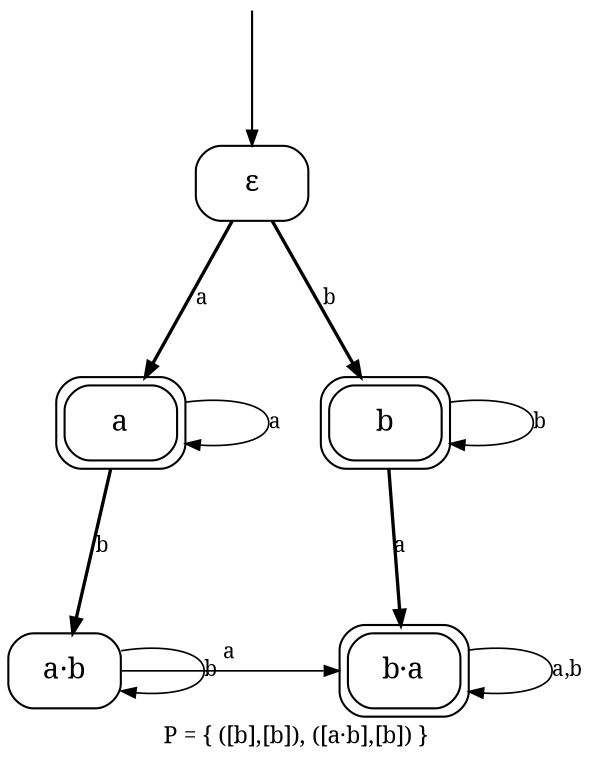
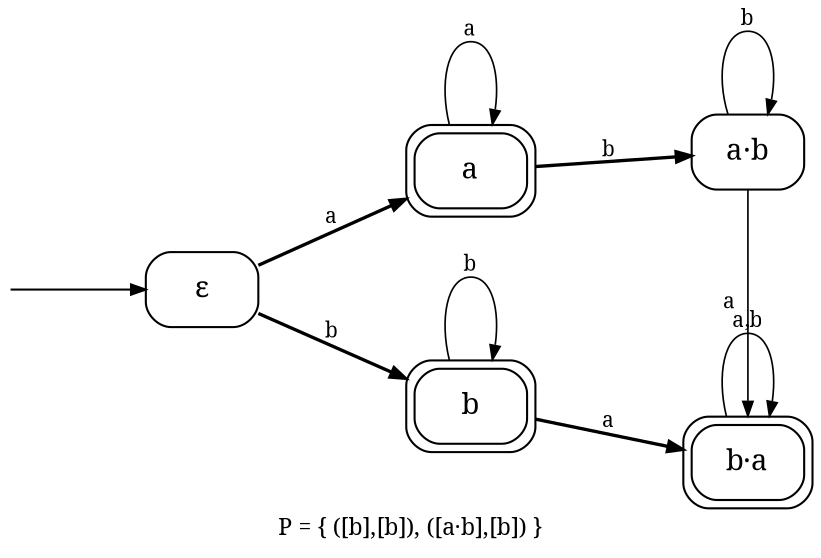
// sos2cayley astar_bomega.sos --rename a=a,!a=b
digraph core_F0_astar_bomega {
-   rankdir=TB;
+   rankdir=LR;
  ranksep=0.87; nodesep=0.55;
  node [shape=box, style=rounded, fontname="serif", margin="0.06,0.03"];
  edge [fontname="serif", fontsize=10, arrowsize=0.7];
  label="P = { ([b],[b]), ([a·b],[b]) }"; labelloc="b"; labeljust="c";
  fontname="serif"; fontsize=11;

  eps [label="ε"];
  a [label="a", peripheries=2];
  b [label="b", peripheries=2];
  ab [label="a·b"];
  ba [label="b·a", peripheries=2];
  _init [shape=none, label="", width=0.02, height=0.02];
  _init -> eps;

  { rank=same; eps; }
  { rank=same; a b; }
  { rank=same; ab ba; }

  eps -> a [label="a", penwidth=1.6, weight=10];
  eps -> b [label="b", penwidth=1.6, weight=10];
  a -> a [label="a", penwidth=0.8, weight=1];
  a -> ab [label="b", penwidth=1.6, weight=3];
  b -> ba [label="a", penwidth=1.6, weight=3];
  b -> b [label="b", penwidth=0.8, weight=1];
  ab -> ba [label="a", penwidth=0.8, weight=1];
  ab -> ab [label="b", penwidth=0.8, weight=1];
  ba -> ba [label="a,b", penwidth=0.8, weight=1];
}
